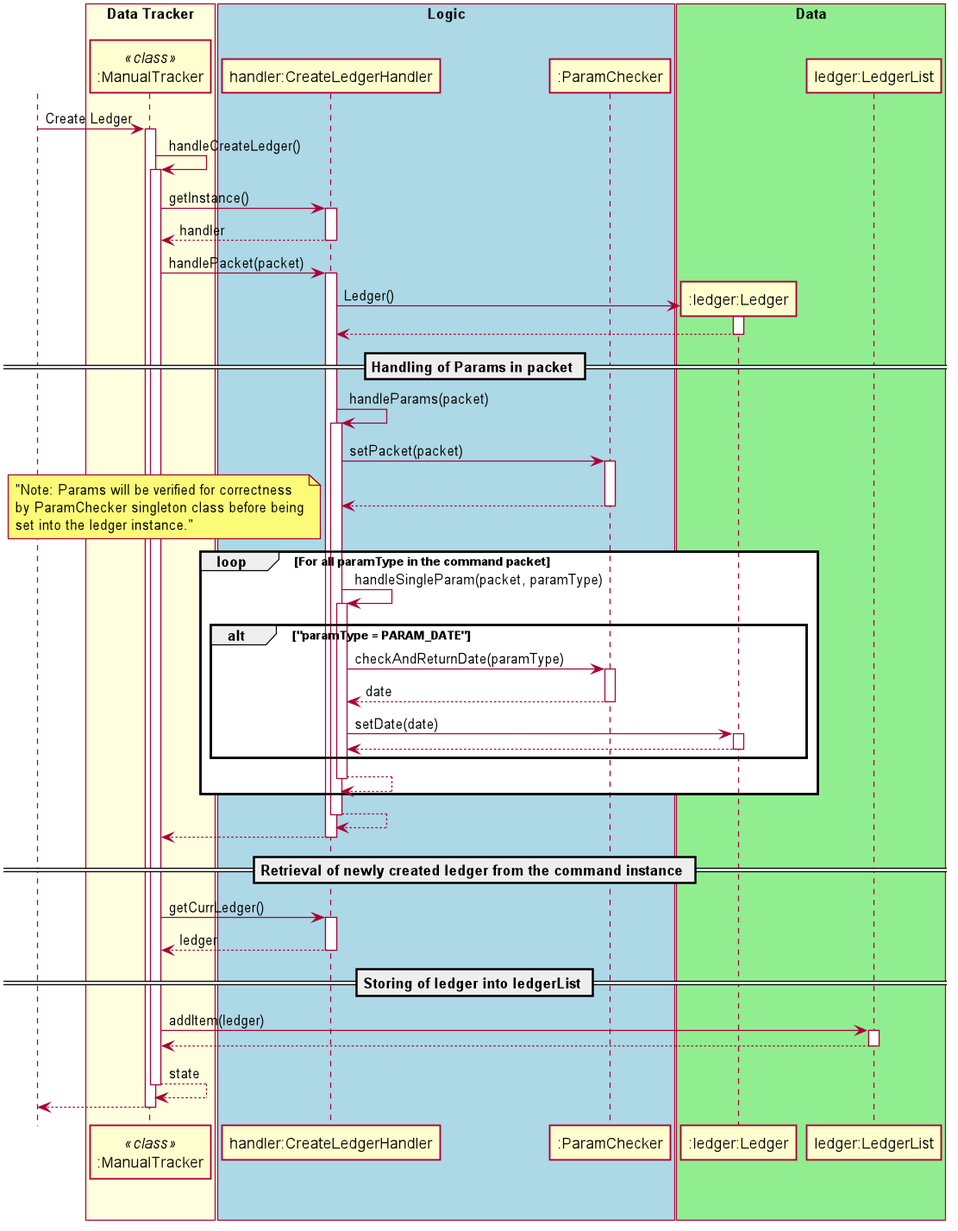
nus-cs2113-AY2021S1/tp keeps this PlantUML diagram as docs/uml_images/images_updated/manualTrackerCreateLedgerSeqDiagram.png. Above is the earlier version.
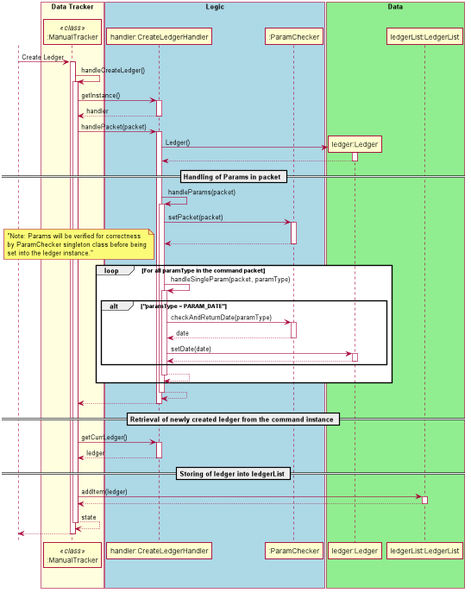
Later version of the same file.

Diff of the diagram source:
```diff
@@ -23,8 +23,8 @@
 endBox
 
 box "Data" #LightGreen
-participant ":ledger:Ledger"
-participant "ledger:LedgerList"
+participant "ledger:Ledger"
+participant "ledgerList:LedgerList"
 endBox
 
 User-> manualTracker: Create Ledger
@@ -36,8 +36,8 @@
 
    manualTracker-> "handler:CreateLedgerHandler" : handlePacket(packet)
 
-        create ":ledger:Ledger"
-        "handler:CreateLedgerHandler" -> ":ledger:Ledger" : Ledger()
+        create "ledger:Ledger"
+        "handler:CreateLedgerHandler" -> "ledger:Ledger" : Ledger()
         return
         == Handling of Params in packet ==
         "handler:CreateLedgerHandler" -> "handler:CreateLedgerHandler" : handleParams(packet)
@@ -49,7 +49,7 @@
                     alt "paramType = PARAM_DATE"
                         "handler:CreateLedgerHandler" ->":ParamChecker": checkAndReturnDate(paramType)
                         return date
-                        "handler:CreateLedgerHandler" -> ":ledger:Ledger" : setDate(date)
+                        "handler:CreateLedgerHandler" -> "ledger:Ledger" : setDate(date)
                         return
                     end
                 return
@@ -60,7 +60,7 @@
    manualTracker-> "handler:CreateLedgerHandler" : getCurrLedger()
    return ledger
    == Storing of ledger into ledgerList ==
-   manualTracker-> "ledger:LedgerList" : addItem(ledger)
+   manualTracker-> "ledgerList:LedgerList" : addItem(ledger)
     return
 return state
 return
```
